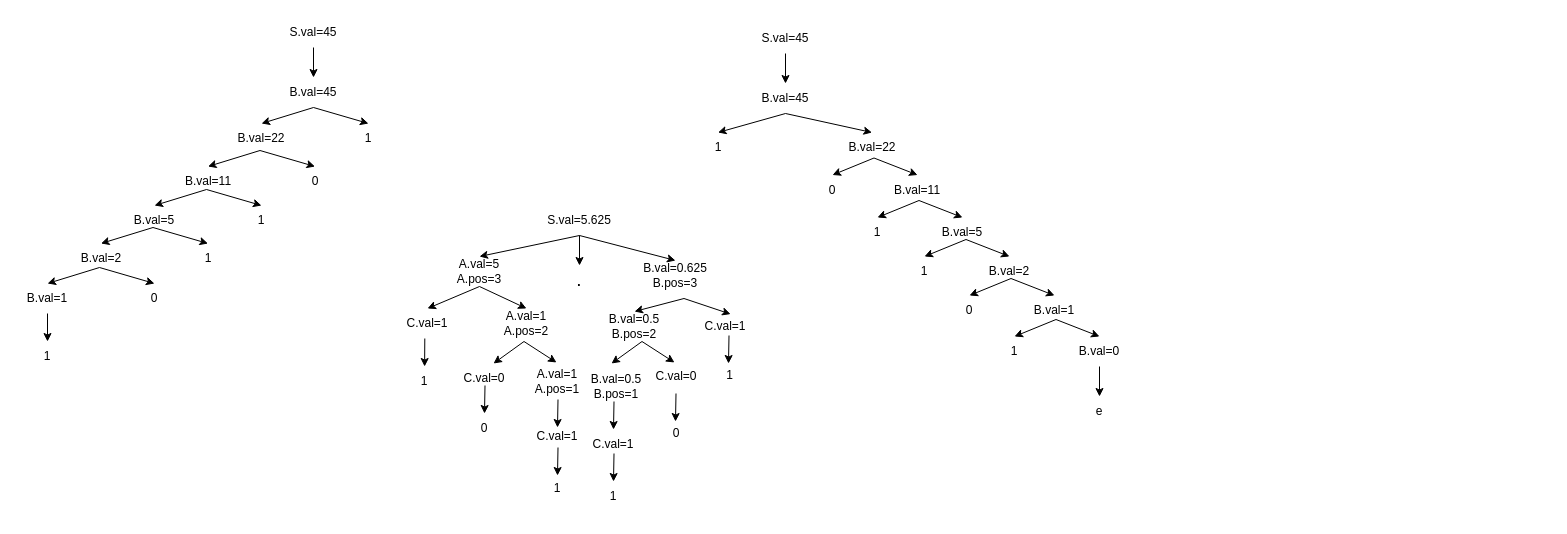
ZYNsama666/BackUp keeps this draw.io diagram as 编译原理作业7.drawio. Above is the earlier version. Source tidied: cells renumbered, new cells numbered last; positions are measured from the earlier drawing's top-left corner, leaving out a move shared by most shapes. Both pictures are drawn from the tidied source at 100%, with x=0, y=0 at pixel (17, 17).
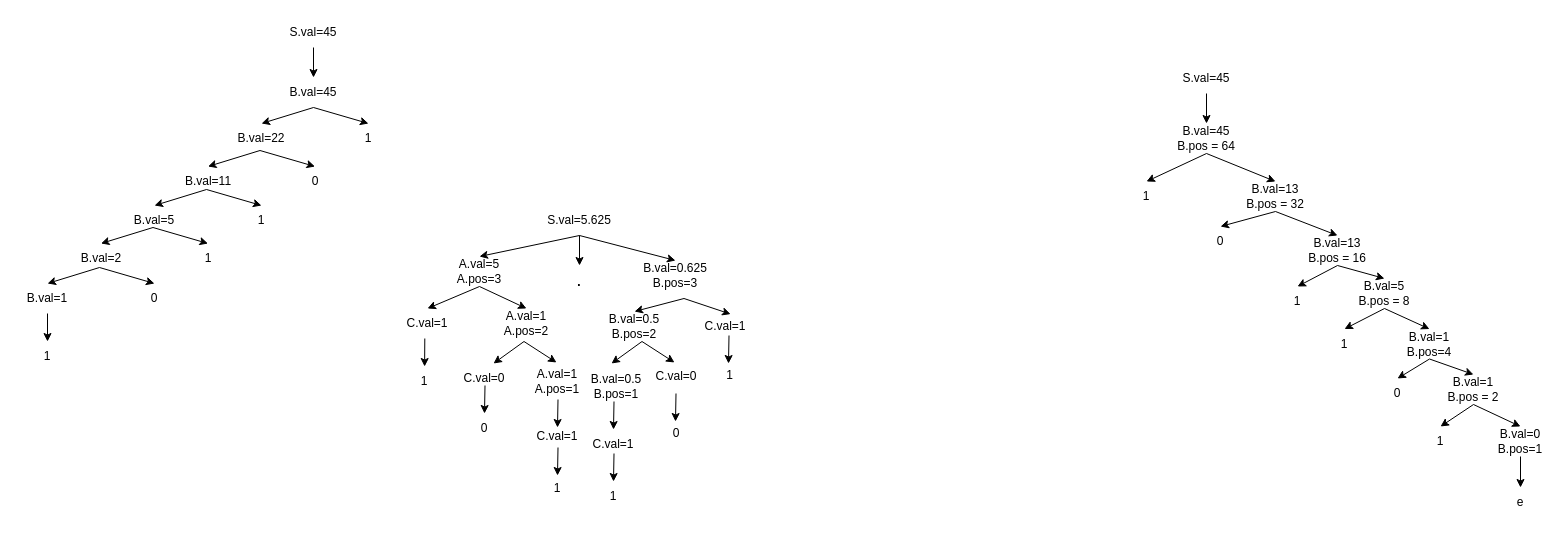
After the change.

Commit message (it also covers changes not shown here):
更新编译原理作业7.drawio

Diff of the diagram source:
```diff
@@
     <mxCell id="28" value="S.val=45" style="text;html=1;strokeColor=none;fillColor=none;align=center;verticalAlign=middle;whiteSpace=wrap;rounded=0;" parent="1" vertex="1">
-      <mxGeometry x="738" y="6" width="60" height="30" as="geometry" />
+      <mxGeometry x="1159" y="46" width="60" height="30" as="geometry" />
     </mxCell>
-    <mxCell id="29" value="B.val=45" style="text;html=1;strokeColor=none;fillColor=none;align=center;verticalAlign=middle;whiteSpace=wrap;rounded=0;" parent="1" vertex="1">
-      <mxGeometry x="738" y="66" width="60" height="30" as="geometry" />
+    <mxCell id="29" value="B.val=45&lt;br&gt;B.pos = 64" style="text;html=1;strokeColor=none;fillColor=none;align=center;verticalAlign=middle;whiteSpace=wrap;rounded=0;" parent="1" vertex="1">
+      <mxGeometry x="1159" y="106" width="60" height="30" as="geometry" />
     </mxCell>
-    <mxCell id="30" value="B.val=22" style="text;html=1;strokeColor=none;fillColor=none;align=center;verticalAlign=middle;whiteSpace=wrap;rounded=0;" parent="1" vertex="1">
-      <mxGeometry x="824.5" y="115" width="60" height="30" as="geometry" />
+    <mxCell id="30" value="B.val=13&lt;br&gt;B.pos = 32" style="text;html=1;strokeColor=none;fillColor=none;align=center;verticalAlign=middle;whiteSpace=wrap;rounded=0;" parent="1" vertex="1">
+      <mxGeometry x="1228" y="164" width="60" height="30" as="geometry" />
     </mxCell>
     <mxCell id="31" value="1" style="text;html=1;strokeColor=none;fillColor=none;align=center;verticalAlign=middle;whiteSpace=wrap;rounded=0;" parent="1" vertex="1">
-      <mxGeometry x="670.5" y="115" width="60" height="30" as="geometry" />
+      <mxGeometry x="1099" y="164" width="60" height="30" as="geometry" />
     </mxCell>
@@
-    <mxCell id="34" value="B.val=11" style="text;html=1;strokeColor=none;fillColor=none;align=center;verticalAlign=middle;whiteSpace=wrap;rounded=0;" parent="1" vertex="1">
-      <mxGeometry x="870" y="157.5" width="60" height="30" as="geometry" />
+    <mxCell id="34" value="B.val=13&lt;br&gt;B.pos = 16" style="text;html=1;strokeColor=none;fillColor=none;align=center;verticalAlign=middle;whiteSpace=wrap;rounded=0;" parent="1" vertex="1">
+      <mxGeometry x="1290" y="218" width="60" height="30" as="geometry" />
     </mxCell>
     <mxCell id="35" value="0" style="text;html=1;strokeColor=none;fillColor=none;align=center;verticalAlign=middle;whiteSpace=wrap;rounded=0;" parent="1" vertex="1">
-      <mxGeometry x="785" y="157.5" width="60" height="30" as="geometry" />
+      <mxGeometry x="1173" y="209" width="60" height="30" as="geometry" />
     </mxCell>
-    <mxCell id="36" style="endArrow=classic;html=1;rounded=0;exitX=0.5;exitY=1;exitDx=0;exitDy=0;entryX=0.5;entryY=0;entryDx=0;entryDy=0;" parent="1" edge="1" target="34">
-      <mxGeometry relative="1" as="geometry">
-        <mxPoint x="856.5" y="140.5" as="sourcePoint" />
-      </mxGeometry>
+    <mxCell id="36" style="endArrow=classic;html=1;rounded=0;exitX=0.5;exitY=1;exitDx=0;exitDy=0;entryX=0.5;entryY=0;entryDx=0;entryDy=0;" parent="1" edge="1" source="30" target="34">
+      <mxGeometry relative="1" as="geometry" />
     </mxCell>
-    <mxCell id="37" style="endArrow=classic;html=1;rounded=0;exitX=0.5;exitY=1;exitDx=0;exitDy=0;entryX=0.5;entryY=0;entryDx=0;entryDy=0;" parent="1" edge="1" target="35">
-      <mxGeometry relative="1" as="geometry">
-        <mxPoint x="856.5" y="140.5" as="sourcePoint" />
-      </mxGeometry>
+    <mxCell id="37" style="endArrow=classic;html=1;rounded=0;exitX=0.5;exitY=1;exitDx=0;exitDy=0;entryX=0.5;entryY=0;entryDx=0;entryDy=0;" parent="1" edge="1" source="30" target="35">
+      <mxGeometry relative="1" as="geometry" />
     </mxCell>
-    <mxCell id="38" value="B.val=5" style="text;html=1;strokeColor=none;fillColor=none;align=center;verticalAlign=middle;whiteSpace=wrap;rounded=0;" parent="1" vertex="1">
-      <mxGeometry x="915" y="200" width="60" height="30" as="geometry" />
+    <mxCell id="38" value="B.val=5&lt;br&gt;B.pos = 8" style="text;html=1;strokeColor=none;fillColor=none;align=center;verticalAlign=middle;whiteSpace=wrap;rounded=0;" parent="1" vertex="1">
+      <mxGeometry x="1337" y="261" width="60" height="30" as="geometry" />
     </mxCell>
     <mxCell id="39" value="1" style="text;html=1;strokeColor=none;fillColor=none;align=center;verticalAlign=middle;whiteSpace=wrap;rounded=0;" parent="1" vertex="1">
-      <mxGeometry x="830" y="200" width="60" height="30" as="geometry" />
+      <mxGeometry x="1250" y="269" width="60" height="30" as="geometry" />
     </mxCell>
-    <mxCell id="40" style="endArrow=classic;html=1;rounded=0;exitX=0.5;exitY=1;exitDx=0;exitDy=0;entryX=0.5;entryY=0;entryDx=0;entryDy=0;" parent="1" edge="1" target="38">
-      <mxGeometry relative="1" as="geometry">
-        <mxPoint x="901.5" y="183" as="sourcePoint" />
-      </mxGeometry>
+    <mxCell id="40" style="endArrow=classic;html=1;rounded=0;entryX=0.5;entryY=0;entryDx=0;entryDy=0;exitX=0.5;exitY=1;exitDx=0;exitDy=0;" parent="1" edge="1" source="34" target="38">
+      <mxGeometry relative="1" as="geometry" />
     </mxCell>
-    <mxCell id="41" style="endArrow=classic;html=1;rounded=0;exitX=0.5;exitY=1;exitDx=0;exitDy=0;entryX=0.5;entryY=0;entryDx=0;entryDy=0;" parent="1" edge="1" target="39">
-      <mxGeometry relative="1" as="geometry">
-        <mxPoint x="901.5" y="183" as="sourcePoint" />
-      </mxGeometry>
+    <mxCell id="41" style="endArrow=classic;html=1;rounded=0;entryX=0.5;entryY=0;entryDx=0;entryDy=0;exitX=0.5;exitY=1;exitDx=0;exitDy=0;" parent="1" edge="1" source="34" target="39">
+      <mxGeometry relative="1" as="geometry" />
     </mxCell>
-    <mxCell id="42" value="B.val=2" style="text;html=1;strokeColor=none;fillColor=none;align=center;verticalAlign=middle;whiteSpace=wrap;rounded=0;" parent="1" vertex="1">
-      <mxGeometry x="962" y="239" width="60" height="30" as="geometry" />
+    <mxCell id="42" value="B.val=1&lt;br&gt;B.pos=4" style="text;html=1;strokeColor=none;fillColor=none;align=center;verticalAlign=middle;whiteSpace=wrap;rounded=0;" parent="1" vertex="1">
+      <mxGeometry x="1382" y="311.5" width="60" height="30" as="geometry" />
     </mxCell>
     <mxCell id="43" value="1" style="text;html=1;strokeColor=none;fillColor=none;align=center;verticalAlign=middle;whiteSpace=wrap;rounded=0;" parent="1" vertex="1">
-      <mxGeometry x="877" y="239" width="60" height="30" as="geometry" />
+      <mxGeometry x="1297" y="311.5" width="60" height="30" as="geometry" />
     </mxCell>
-    <mxCell id="44" style="endArrow=classic;html=1;rounded=0;exitX=0.5;exitY=1;exitDx=0;exitDy=0;entryX=0.5;entryY=0;entryDx=0;entryDy=0;" parent="1" edge="1" target="42">
-      <mxGeometry relative="1" as="geometry">
-        <mxPoint x="948.5" y="222" as="sourcePoint" />
-      </mxGeometry>
+    <mxCell id="44" style="endArrow=classic;html=1;rounded=0;exitX=0.5;exitY=1;exitDx=0;exitDy=0;entryX=0.5;entryY=0;entryDx=0;entryDy=0;" parent="1" edge="1" source="38" target="42">
+      <mxGeometry relative="1" as="geometry" />
     </mxCell>
-    <mxCell id="45" style="endArrow=classic;html=1;rounded=0;exitX=0.5;exitY=1;exitDx=0;exitDy=0;entryX=0.5;entryY=0;entryDx=0;entryDy=0;" parent="1" edge="1" target="43">
-      <mxGeometry relative="1" as="geometry">
-        <mxPoint x="948.5" y="222" as="sourcePoint" />
-      </mxGeometry>
+    <mxCell id="45" style="endArrow=classic;html=1;rounded=0;exitX=0.5;exitY=1;exitDx=0;exitDy=0;entryX=0.5;entryY=0;entryDx=0;entryDy=0;" parent="1" edge="1" source="38" target="43">
+      <mxGeometry relative="1" as="geometry" />
     </mxCell>
-    <mxCell id="46" value="B.val=1" style="text;html=1;strokeColor=none;fillColor=none;align=center;verticalAlign=middle;whiteSpace=wrap;rounded=0;" parent="1" vertex="1">
-      <mxGeometry x="1007" y="278" width="60" height="30" as="geometry" />
+    <mxCell id="46" value="B.val=1&lt;br&gt;B.pos = 2" style="text;html=1;strokeColor=none;fillColor=none;align=center;verticalAlign=middle;whiteSpace=wrap;rounded=0;" parent="1" vertex="1">
+      <mxGeometry x="1426" y="357" width="60" height="30" as="geometry" />
     </mxCell>
     <mxCell id="47" value="0" style="text;html=1;strokeColor=none;fillColor=none;align=center;verticalAlign=middle;whiteSpace=wrap;rounded=0;" parent="1" vertex="1">
-      <mxGeometry x="922" y="278" width="60" height="30" as="geometry" />
+      <mxGeometry x="1350" y="361" width="60" height="30" as="geometry" />
     </mxCell>
-    <mxCell id="48" style="endArrow=classic;html=1;rounded=0;exitX=0.5;exitY=1;exitDx=0;exitDy=0;entryX=0.5;entryY=0;entryDx=0;entryDy=0;" parent="1" edge="1" target="46">
-      <mxGeometry relative="1" as="geometry">
-        <mxPoint x="993.5" y="261" as="sourcePoint" />
-      </mxGeometry>
+    <mxCell id="48" style="endArrow=classic;html=1;rounded=0;exitX=0.5;exitY=1;exitDx=0;exitDy=0;entryX=0.5;entryY=0;entryDx=0;entryDy=0;" parent="1" edge="1" source="42" target="46">
+      <mxGeometry relative="1" as="geometry" />
     </mxCell>
-    <mxCell id="49" style="endArrow=classic;html=1;rounded=0;exitX=0.5;exitY=1;exitDx=0;exitDy=0;entryX=0.5;entryY=0;entryDx=0;entryDy=0;" parent="1" edge="1" target="47">
-      <mxGeometry relative="1" as="geometry">
-        <mxPoint x="993.5" y="261" as="sourcePoint" />
-      </mxGeometry>
+    <mxCell id="49" style="endArrow=classic;html=1;rounded=0;exitX=0.5;exitY=1;exitDx=0;exitDy=0;entryX=0.5;entryY=0;entryDx=0;entryDy=0;" parent="1" edge="1" source="42" target="47">
+      <mxGeometry relative="1" as="geometry" />
     </mxCell>
@@
-    <mxCell id="51" value="B.val=0" style="text;html=1;strokeColor=none;fillColor=none;align=center;verticalAlign=middle;whiteSpace=wrap;rounded=0;" parent="1" vertex="1">
-      <mxGeometry x="1052" y="319" width="60" height="30" as="geometry" />
+    <mxCell id="51" value="B.val=0&lt;br&gt;B.pos=1" style="text;html=1;strokeColor=none;fillColor=none;align=center;verticalAlign=middle;whiteSpace=wrap;rounded=0;" parent="1" vertex="1">
+      <mxGeometry x="1473" y="409" width="60" height="30" as="geometry" />
     </mxCell>
     <mxCell id="52" value="1" style="text;html=1;strokeColor=none;fillColor=none;align=center;verticalAlign=middle;whiteSpace=wrap;rounded=0;" parent="1" vertex="1">
-      <mxGeometry x="967" y="319" width="60" height="30" as="geometry" />
+      <mxGeometry x="1393" y="409" width="60" height="30" as="geometry" />
     </mxCell>
-    <mxCell id="53" style="endArrow=classic;html=1;rounded=0;exitX=0.5;exitY=1;exitDx=0;exitDy=0;entryX=0.5;entryY=0;entryDx=0;entryDy=0;" parent="1" edge="1" target="51">
-      <mxGeometry relative="1" as="geometry">
-        <mxPoint x="1038.5" y="302" as="sourcePoint" />
-      </mxGeometry>
+    <mxCell id="53" style="endArrow=classic;html=1;rounded=0;exitX=0.5;exitY=1;exitDx=0;exitDy=0;entryX=0.5;entryY=0;entryDx=0;entryDy=0;" parent="1" edge="1" source="46" target="51">
+      <mxGeometry relative="1" as="geometry" />
     </mxCell>
-    <mxCell id="54" style="endArrow=classic;html=1;rounded=0;exitX=0.5;exitY=1;exitDx=0;exitDy=0;entryX=0.5;entryY=0;entryDx=0;entryDy=0;" parent="1" edge="1" target="52">
-      <mxGeometry relative="1" as="geometry">
-        <mxPoint x="1038.5" y="302" as="sourcePoint" />
-      </mxGeometry>
+    <mxCell id="54" style="endArrow=classic;html=1;rounded=0;exitX=0.5;exitY=1;exitDx=0;exitDy=0;entryX=0.5;entryY=0;entryDx=0;entryDy=0;" parent="1" edge="1" source="46" target="52">
+      <mxGeometry relative="1" as="geometry" />
     </mxCell>
     <mxCell id="55" value="e" style="text;html=1;strokeColor=none;fillColor=none;align=center;verticalAlign=middle;whiteSpace=wrap;rounded=0;" parent="1" vertex="1">
-      <mxGeometry x="1052" y="379" width="60" height="30" as="geometry" />
+      <mxGeometry x="1473" y="470" width="60" height="30" as="geometry" />
     </mxCell>
```
